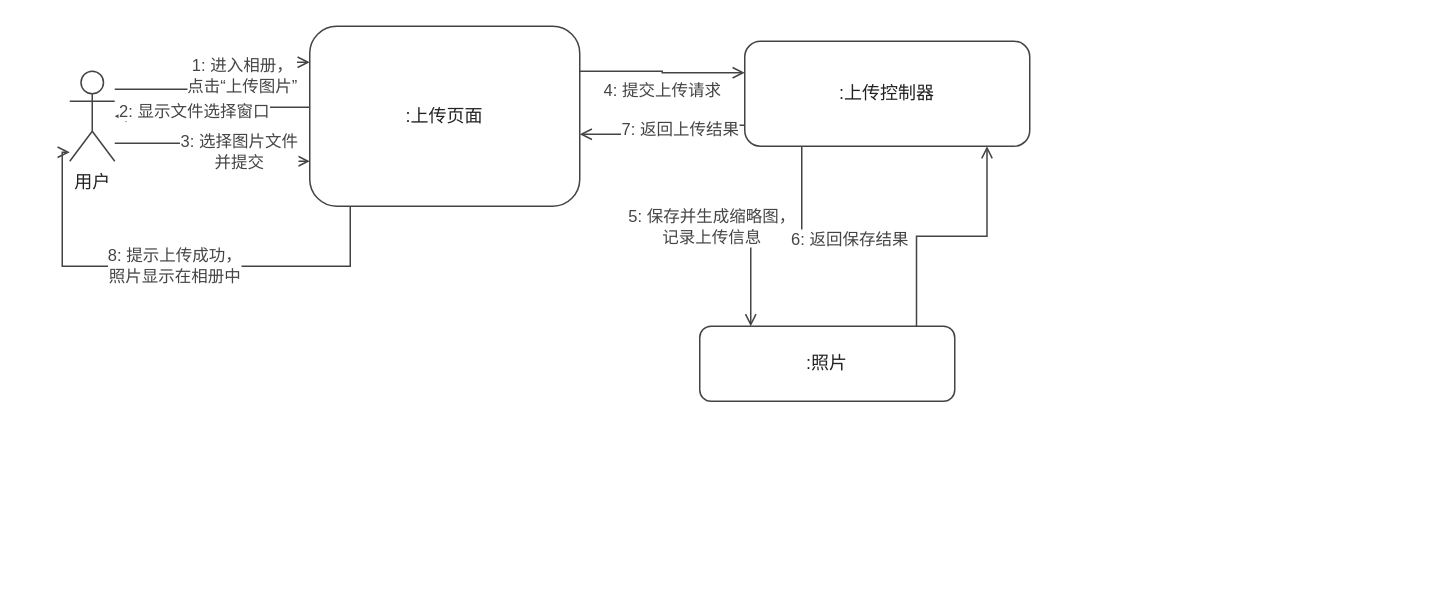
This is docs/交付/3-照片管理-王柯涵/images/上传图片_协作图.drawio from chennuo1101/electronic-photo-album-system1, a draw.io file, before an edit. Source tidied: cells renumbered, new cells numbered last; positions are measured from the earlier drawing's top-left corner, leaving out a move shared by most shapes. Both pictures are drawn from the tidied source at 150%, with x=0, y=0 at pixel (62, 26).
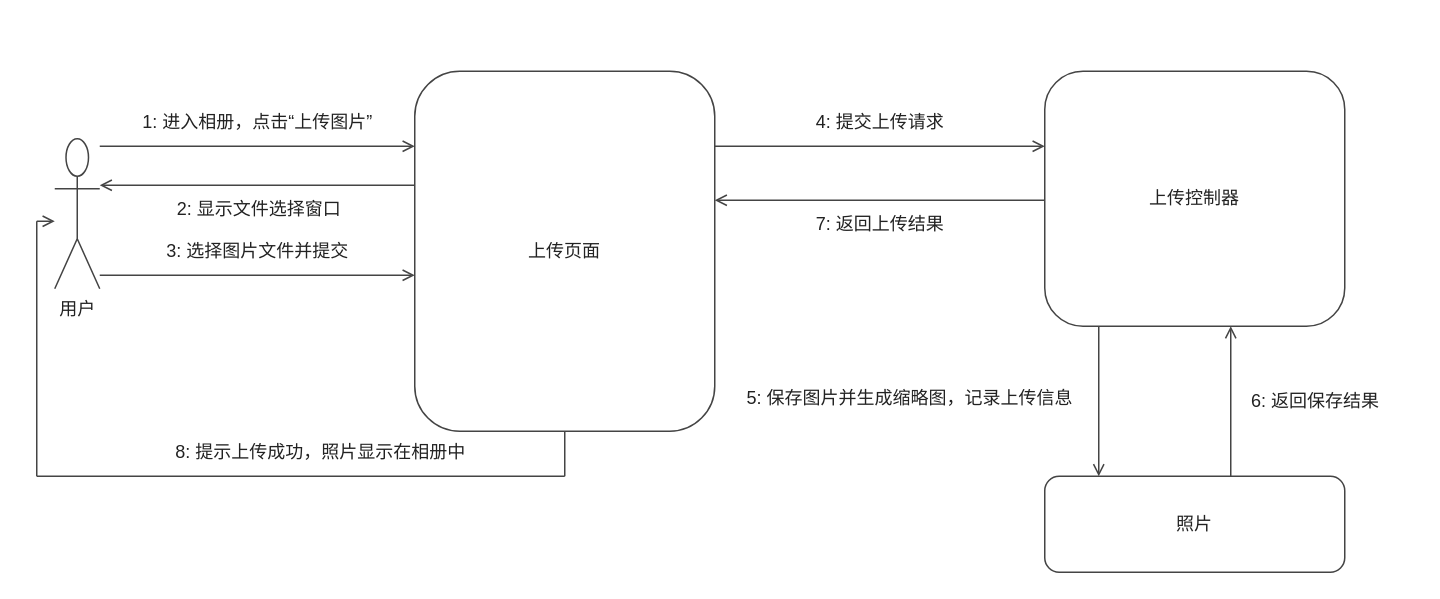
The same page after the edit.

Diff of the diagram source:
```diff
@@
     <mxCell id="2" value="用户" style="shape=umlActor;verticalLabelPosition=bottom;verticalAlign=top;html=1;fillColor=#FFFFFF;strokeColor=#444444;fontFamily=Microsoft YaHei;fontSize=12;fontColor=#222222;" parent="1" vertex="1">
-      <mxGeometry x="5" y="30" width="30" height="60" as="geometry" />
+      <mxGeometry x="-5" y="75" width="30" height="100" as="geometry" />
     </mxCell>
-    <mxCell id="3" value=":上传页面" style="rounded=1;whiteSpace=wrap;html=1;fillColor=#FFFFFF;strokeColor=#444444;fontFamily=Microsoft YaHei;fontSize=12;fontColor=#222222;" parent="1" vertex="1">
-      <mxGeometry x="165" width="180" height="120" as="geometry" />
+    <mxCell id="3" value="上传页面" style="rounded=1;whiteSpace=wrap;html=1;fillColor=#FFFFFF;strokeColor=#444444;fontFamily=Microsoft YaHei;fontSize=12;fontColor=#222222;" parent="1" vertex="1">
+      <mxGeometry x="235" y="30" width="200" height="240" as="geometry" />
     </mxCell>
-    <mxCell id="4" value=":上传控制器" style="rounded=1;whiteSpace=wrap;html=1;fillColor=#FFFFFF;strokeColor=#444444;fontFamily=Microsoft YaHei;fontSize=12;fontColor=#222222;" parent="1" vertex="1">
-      <mxGeometry x="455" y="10" width="190" height="70" as="geometry" />
+    <mxCell id="4" value="上传控制器" style="rounded=1;whiteSpace=wrap;html=1;fillColor=#FFFFFF;strokeColor=#444444;fontFamily=Microsoft YaHei;fontSize=12;fontColor=#222222;" parent="1" vertex="1">
+      <mxGeometry x="655" y="30" width="200" height="170" as="geometry" />
     </mxCell>
-    <mxCell id="5" value=":照片" style="rounded=1;whiteSpace=wrap;html=1;fillColor=#FFFFFF;strokeColor=#444444;fontFamily=Microsoft YaHei;fontSize=12;fontColor=#222222;" parent="1" vertex="1">
-      <mxGeometry x="425" y="200" width="170" height="50" as="geometry" />
+    <mxCell id="5" value="照片" style="rounded=1;whiteSpace=wrap;html=1;fillColor=#FFFFFF;strokeColor=#444444;fontFamily=Microsoft YaHei;fontSize=12;fontColor=#222222;" parent="1" vertex="1">
+      <mxGeometry x="655" y="300" width="200" height="64" as="geometry" />
     </mxCell>
-    <mxCell id="6" value="1: 进入相册，&#10;点击“上传图片”" style="edgeStyle=orthogonalEdgeStyle;rounded=0;html=1;strokeColor=#444444;strokeWidth=1;fontFamily=Microsoft YaHei;fontSize=11;fontColor=#444444;labelBackgroundColor=#FFFFFF;startArrow=none;endArrow=open;exitX=1;exitY=0.2;entryX=0;entryY=0.2;" parent="1" edge="1" source="2" target="3">
-      <mxGeometry y="-20" relative="1" as="geometry" />
+    <mxCell id="6" style="html=1;rounded=0;strokeColor=#444444;strokeWidth=1;startArrow=none;endArrow=open;endFill=0;" parent="1" edge="1">
+      <mxGeometry relative="1" as="geometry">
+        <mxPoint x="25" y="80" as="sourcePoint" />
+        <mxPoint x="235" y="80" as="targetPoint" />
+      </mxGeometry>
     </mxCell>
+    <mxCell id="14" value="1: 进入相册，点击“上传图片”" style="text;html=1;align=center;verticalAlign=middle;fillColor=none;strokeColor=none;fontFamily=Microsoft YaHei;fontSize=12;fontColor=#222222;" parent="1" vertex="1">
+      <mxGeometry x="40" y="54" width="180" height="20" as="geometry" />
+    </mxCell>
-    <mxCell id="7" value="2: 显示文件选择窗口" style="edgeStyle=orthogonalEdgeStyle;rounded=0;html=1;strokeColor=#444444;strokeWidth=1;fontFamily=Microsoft YaHei;fontSize=11;fontColor=#444444;labelBackgroundColor=#FFFFFF;startArrow=none;endArrow=open;exitX=0;exitY=0.45;entryX=1;entryY=0.5;" parent="1" edge="1" source="3" target="2">
-      <mxGeometry y="-12" relative="1" as="geometry" />
+    <mxCell id="7" style="html=1;rounded=0;strokeColor=#444444;strokeWidth=1;startArrow=none;endArrow=open;endFill=0;" parent="1" edge="1">
+      <mxGeometry relative="1" as="geometry">
+        <mxPoint x="235" y="106" as="sourcePoint" />
+        <mxPoint x="25" y="106" as="targetPoint" />
+      </mxGeometry>
     </mxCell>
+    <mxCell id="15" value="2: 显示文件选择窗口" style="text;html=1;align=center;verticalAlign=middle;fillColor=none;strokeColor=none;fontFamily=Microsoft YaHei;fontSize=12;fontColor=#222222;" parent="1" vertex="1">
+      <mxGeometry x="68" y="112" width="125" height="20" as="geometry" />
+    </mxCell>
-    <mxCell id="8" value="3: 选择图片文件&#10;并提交" style="edgeStyle=orthogonalEdgeStyle;rounded=0;html=1;strokeColor=#444444;strokeWidth=1;fontFamily=Microsoft YaHei;fontSize=11;fontColor=#444444;labelBackgroundColor=#FFFFFF;startArrow=none;endArrow=open;exitX=1;exitY=0.8;entryX=0;entryY=0.75;" parent="1" edge="1" source="2" target="3">
-      <mxGeometry y="18" relative="1" as="geometry" />
+    <mxCell id="8" style="html=1;rounded=0;strokeColor=#444444;strokeWidth=1;startArrow=none;endArrow=open;endFill=0;" parent="1" edge="1">
+      <mxGeometry relative="1" as="geometry">
+        <mxPoint x="25" y="166" as="sourcePoint" />
+        <mxPoint x="235" y="166" as="targetPoint" />
+      </mxGeometry>
     </mxCell>
-    <mxCell id="9" value="8: 提示上传成功，&#10;照片显示在相册中" style="edgeStyle=orthogonalEdgeStyle;rounded=0;html=1;strokeColor=#444444;strokeWidth=1;fontFamily=Microsoft YaHei;fontSize=11;fontColor=#444444;labelBackgroundColor=#FFFFFF;startArrow=none;endArrow=open;exitX=0.15;exitY=1;entryX=0;entryY=0.9;" parent="1" edge="1" source="3" target="2">
-      <mxGeometry relative="1" as="geometry">
-        <Array as="points">
-          <mxPoint x="192" y="160" />
-          <mxPoint y="160" />
-        </Array>
-      </mxGeometry>
-    </mxCell>
+    <mxCell id="16" value="3: 选择图片文件并提交" style="text;html=1;align=center;verticalAlign=middle;fillColor=none;strokeColor=none;fontFamily=Microsoft YaHei;fontSize=12;fontColor=#222222;" parent="1" vertex="1">
+      <mxGeometry x="62" y="140" width="136" height="20" as="geometry" />
+    </mxCell>
-    <mxCell id="10" value="4: 提交上传请求" style="edgeStyle=orthogonalEdgeStyle;rounded=0;html=1;strokeColor=#444444;strokeWidth=1;fontFamily=Microsoft YaHei;fontSize=11;fontColor=#444444;labelBackgroundColor=#FFFFFF;startArrow=none;endArrow=open;exitX=1;exitY=0.25;entryX=0;entryY=0.3;" parent="1" edge="1" source="3" target="4">
-      <mxGeometry y="-12" relative="1" as="geometry" />
+    <mxCell id="10" style="html=1;rounded=0;strokeColor=#444444;strokeWidth=1;startArrow=none;endArrow=open;endFill=0;" parent="1" edge="1">
+      <mxGeometry relative="1" as="geometry">
+        <mxPoint x="435" y="80" as="sourcePoint" />
+        <mxPoint x="655" y="80" as="targetPoint" />
+      </mxGeometry>
     </mxCell>
+    <mxCell id="17" value="4: 提交上传请求" style="text;html=1;align=center;verticalAlign=middle;fillColor=none;strokeColor=none;fontFamily=Microsoft YaHei;fontSize=12;fontColor=#222222;" parent="1" vertex="1">
+      <mxGeometry x="495" y="54" width="100" height="20" as="geometry" />
+    </mxCell>
-    <mxCell id="11" value="7: 返回上传结果" style="edgeStyle=orthogonalEdgeStyle;rounded=0;html=1;strokeColor=#444444;strokeWidth=1;fontFamily=Microsoft YaHei;fontSize=11;fontColor=#444444;labelBackgroundColor=#FFFFFF;startArrow=none;endArrow=open;exitX=0;exitY=0.8;entryX=1;entryY=0.6;" parent="1" edge="1" source="4" target="3">
-      <mxGeometry y="12" relative="1" as="geometry" />
+    <mxCell id="11" style="html=1;rounded=0;strokeColor=#444444;strokeWidth=1;startArrow=none;endArrow=open;endFill=0;" parent="1" edge="1">
+      <mxGeometry relative="1" as="geometry">
+        <mxPoint x="655" y="116" as="sourcePoint" />
+        <mxPoint x="435" y="116" as="targetPoint" />
+      </mxGeometry>
     </mxCell>
+    <mxCell id="18" value="7: 返回上传结果" style="text;html=1;align=center;verticalAlign=middle;fillColor=none;strokeColor=none;fontFamily=Microsoft YaHei;fontSize=12;fontColor=#222222;" parent="1" vertex="1">
+      <mxGeometry x="495" y="122" width="100" height="20" as="geometry" />
+    </mxCell>
-    <mxCell id="12" value="5: 保存并生成缩略图，&#10;记录上传信息" style="edgeStyle=orthogonalEdgeStyle;rounded=0;html=1;strokeColor=#444444;strokeWidth=1;fontFamily=Microsoft YaHei;fontSize=11;fontColor=#444444;labelBackgroundColor=#FFFFFF;startArrow=none;endArrow=open;exitX=0.2;exitY=1;entryX=0.2;entryY=0;" parent="1" edge="1" source="4" target="5">
-      <mxGeometry x="-0.3" y="-60" relative="1" as="geometry" />
+    <mxCell id="12" style="html=1;rounded=0;strokeColor=#444444;strokeWidth=1;startArrow=none;endArrow=open;endFill=0;" parent="1" edge="1">
+      <mxGeometry relative="1" as="geometry">
+        <mxPoint x="691" y="200" as="sourcePoint" />
+        <mxPoint x="691" y="300" as="targetPoint" />
+      </mxGeometry>
     </mxCell>
+    <mxCell id="19" value="5: 保存图片并生成缩略图，记录上传信息" style="text;html=1;align=right;verticalAlign=middle;fillColor=none;strokeColor=none;fontFamily=Microsoft YaHei;fontSize=12;fontColor=#222222;" parent="1" vertex="1">
+      <mxGeometry x="451" y="238" width="224" height="20" as="geometry" />
+    </mxCell>
-    <mxCell id="13" value="6: 返回保存结果" style="edgeStyle=orthogonalEdgeStyle;rounded=0;html=1;strokeColor=#444444;strokeWidth=1;fontFamily=Microsoft YaHei;fontSize=11;fontColor=#444444;labelBackgroundColor=#FFFFFF;startArrow=none;endArrow=open;exitX=0.85;exitY=0;entryX=0.85;entryY=1;" parent="1" edge="1" source="5" target="4">
-      <mxGeometry x="-0.3" y="45" relative="1" as="geometry" />
+    <mxCell id="13" style="html=1;rounded=0;strokeColor=#444444;strokeWidth=1;startArrow=none;endArrow=open;endFill=0;" parent="1" edge="1">
+      <mxGeometry relative="1" as="geometry">
+        <mxPoint x="779" y="300" as="sourcePoint" />
+        <mxPoint x="779" y="200" as="targetPoint" />
+      </mxGeometry>
     </mxCell>
+    <mxCell id="20" value="6: 返回保存结果" style="text;html=1;align=left;verticalAlign=middle;fillColor=none;strokeColor=none;fontFamily=Microsoft YaHei;fontSize=12;fontColor=#222222;" parent="1" vertex="1">
+      <mxGeometry x="791" y="240" width="110" height="20" as="geometry" />
+    </mxCell>
+    <mxCell id="21" style="html=1;rounded=0;strokeColor=#444444;strokeWidth=1;startArrow=none;endArrow=none;" parent="1" edge="1">
+      <mxGeometry relative="1" as="geometry">
+        <mxPoint x="335" y="270" as="sourcePoint" />
+        <mxPoint x="335" y="300" as="targetPoint" />
+      </mxGeometry>
+    </mxCell>
+    <mxCell id="22" style="html=1;rounded=0;strokeColor=#444444;strokeWidth=1;startArrow=none;endArrow=none;" parent="1" edge="1">
+      <mxGeometry relative="1" as="geometry">
+        <mxPoint x="335" y="300" as="sourcePoint" />
+        <mxPoint x="-17" y="300" as="targetPoint" />
+      </mxGeometry>
+    </mxCell>
+    <mxCell id="23" style="html=1;rounded=0;strokeColor=#444444;strokeWidth=1;startArrow=none;endArrow=none;" parent="1" edge="1">
+      <mxGeometry relative="1" as="geometry">
+        <mxPoint x="-17" y="300" as="sourcePoint" />
+        <mxPoint x="-17" y="130" as="targetPoint" />
+      </mxGeometry>
+    </mxCell>
+    <mxCell id="24" style="html=1;rounded=0;strokeColor=#444444;strokeWidth=1;startArrow=none;endArrow=open;endFill=0;" parent="1" edge="1">
+      <mxGeometry relative="1" as="geometry">
+        <mxPoint x="-17" y="130" as="sourcePoint" />
+        <mxPoint x="-5" y="130" as="targetPoint" />
+      </mxGeometry>
+    </mxCell>
+    <mxCell id="25" value="8: 提示上传成功，照片显示在相册中" style="text;html=1;align=center;verticalAlign=middle;fillColor=none;strokeColor=none;fontFamily=Microsoft YaHei;fontSize=12;fontColor=#222222;" parent="1" vertex="1">
+      <mxGeometry x="72" y="274" width="200" height="20" as="geometry" />
+    </mxCell>
```
